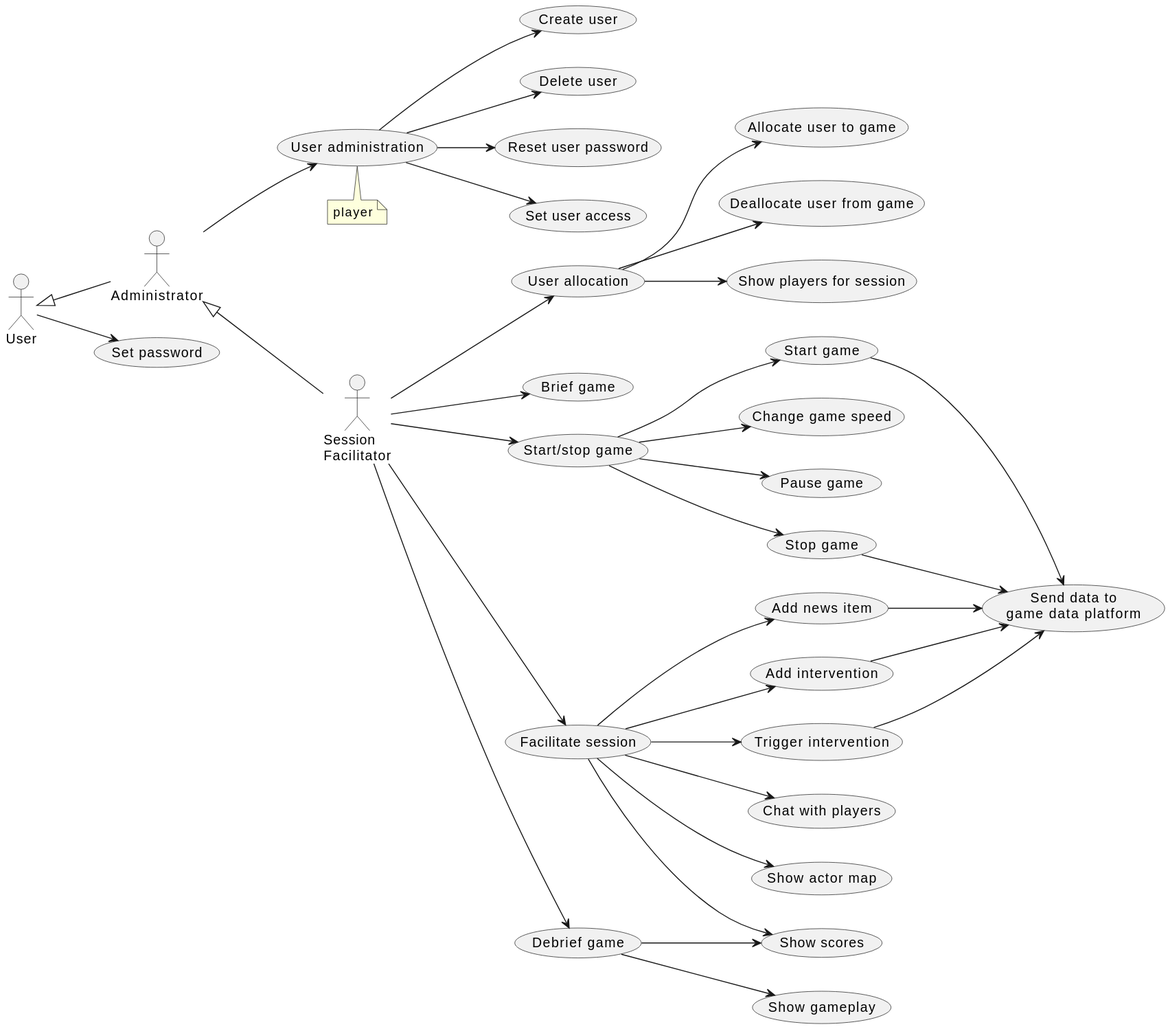
Earlier version of the PlantUML export doc/1-use-cases/diagrams/session-facilitation.svg (averbraeck/gscg-design).
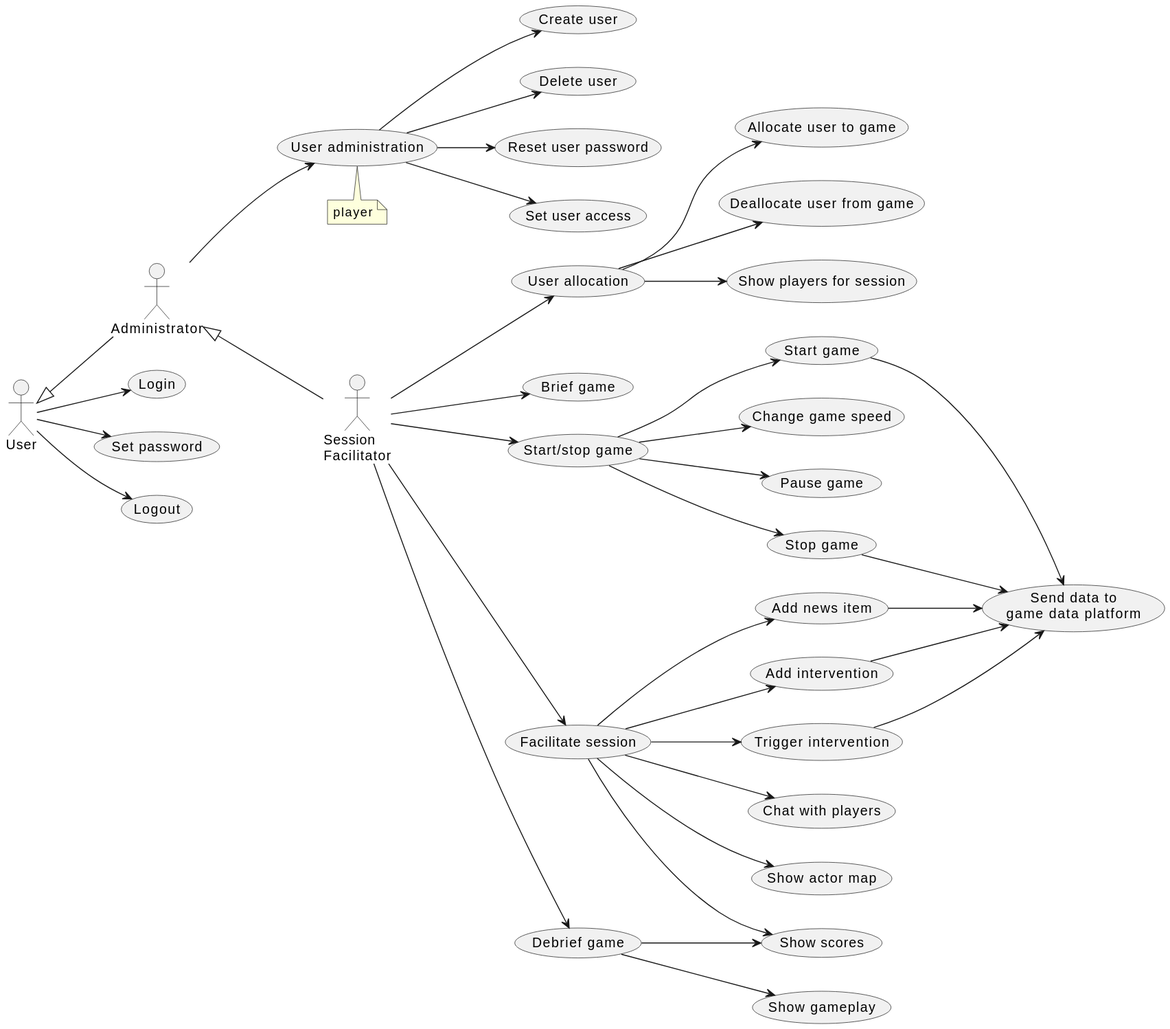
Later version of the same file.

What changed in the source:
```diff
@@ -5,7 +5,9 @@
 User <|-- Administrator
 Administrator <|-- SF
 
+User --> (Login)
 User --> (Set password)
+User --> (Logout)
 
 Administrator --> (User administration)
 note bottom
```
